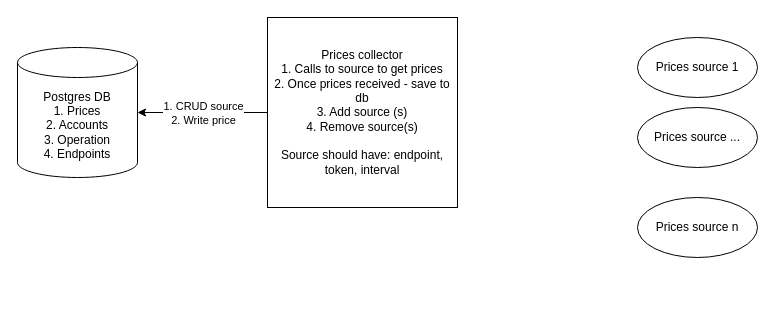
The draw.io diagram Диаграмма без названия.drawio in evgenevolkov/Draw-io-workspace, before the edit. Source tidied: cells renumbered, new cells numbered last; positions are measured from the earlier drawing's top-left corner, leaving out a move shared by most shapes. Both pictures are drawn from the tidied source at 100%, with x=0, y=0 at pixel (17, 17).
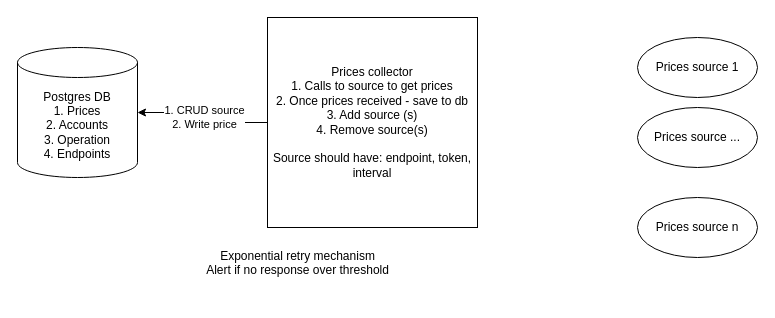
The same diagram, later.

Diff of the diagram source:
```diff
@@
 <mxGraphModel>
   <root>
     <mxCell id="0" />
     <mxCell id="1" parent="0" />
     <mxCell id="2" value="Prices collector&lt;div&gt;1. Calls to source to get prices&lt;/div&gt;&lt;div&gt;2. Once prices received - save to db&lt;/div&gt;&lt;div&gt;3. Add source (s)&lt;/div&gt;&lt;div&gt;4. Remove source(s)&lt;/div&gt;&lt;div&gt;&lt;br&gt;&lt;/div&gt;&lt;div&gt;Source should have: endpoint, token, interval&lt;/div&gt;" style="whiteSpace=wrap;html=1;" parent="1" vertex="1">
-      <mxGeometry x="250" width="190" height="190" as="geometry" />
+      <mxGeometry x="250" width="210" height="210" as="geometry" />
     </mxCell>
     <mxCell id="3" value="Postgres DB&lt;div&gt;1. Prices&lt;/div&gt;&lt;div&gt;2. Accounts&lt;/div&gt;&lt;div&gt;3. Operation&lt;/div&gt;&lt;div&gt;4. Endpoints&lt;/div&gt;" style="shape=cylinder3;whiteSpace=wrap;html=1;boundedLbl=1;backgroundOutline=1;size=15;" parent="1" vertex="1">
       <mxGeometry y="30" width="120" height="130" as="geometry" />
     </mxCell>
     <mxCell id="4" value="Prices source 1" style="ellipse;whiteSpace=wrap;html=1;" parent="1" vertex="1">
       <mxGeometry x="620" y="20" width="120" height="60" as="geometry" />
     </mxCell>
     <mxCell id="5" value="Prices source ..." style="ellipse;whiteSpace=wrap;html=1;" parent="1" vertex="1">
       <mxGeometry x="620" y="90" width="120" height="60" as="geometry" />
     </mxCell>
     <mxCell id="6" value="Prices source n" style="ellipse;whiteSpace=wrap;html=1;" parent="1" vertex="1">
       <mxGeometry x="620" y="180" width="120" height="60" as="geometry" />
     </mxCell>
     <mxCell id="7" style="edgeStyle=orthogonalEdgeStyle;rounded=0;jettySize=auto;html=1;exitX=0;exitY=0.5;exitDx=0;exitDy=0;entryX=1;entryY=0.5;entryDx=0;entryDy=0;entryPerimeter=0;" parent="1" edge="1" source="2" target="3">
       <mxGeometry relative="1" as="geometry" />
     </mxCell>
     <mxCell id="8" value="1. CRUD source&lt;div&gt;2. Write price&lt;/div&gt;" style="edgeLabel;html=1;align=center;verticalAlign=middle;" parent="7" vertex="1">
       <mxGeometry x="0.01" relative="1" as="geometry">
         <mxPoint x="1" as="offset" />
       </mxGeometry>
     </mxCell>
+    <mxCell id="9" value="Exponential retry mechanism&lt;div&gt;Alert if no response over threshold&lt;/div&gt;&lt;div&gt;&lt;br&gt;&lt;/div&gt;" style="text;html=1;align=center;verticalAlign=middle;strokeColor=none;fillColor=none;" parent="1" vertex="1">
+      <mxGeometry x="175" y="223" width="210" height="60" as="geometry" />
+    </mxCell>
   </root>
 </mxGraphModel>
```
